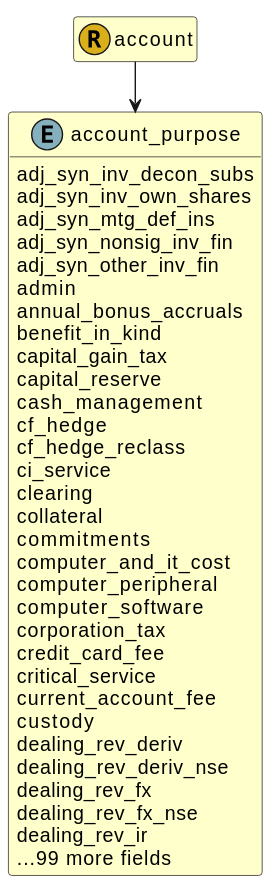
Earlier version of the PlantUML export images/fire.model.account_purpose.svg (Schemarise/demo-alfa-with-fire-json-model).
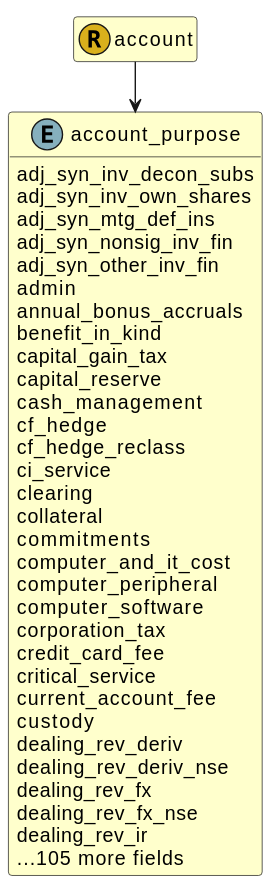
The same file after the commit.

What changed in the source:
```diff
@@ -42,7 +42,7 @@
   dealing_rev_fx
   dealing_rev_fx_nse
   dealing_rev_ir
-  ...99 more fields
+  ...105 more fields
 
 
 
```
